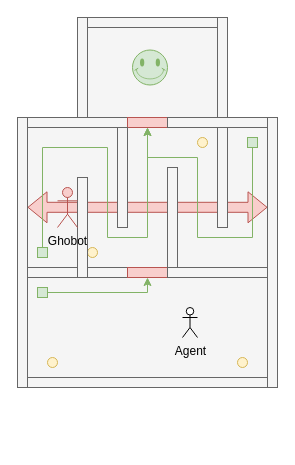
The draw.io diagram Assets/Mad Dash/Art/LevelLayout.drawio in John-D-S/Mad-Dash, before the edit. Source tidied: cells renumbered, new cells numbered last; positions are measured from the earlier drawing's top-left corner, leaving out a move shared by most shapes. Both pictures are drawn from the tidied source at 100%, with x=0, y=0 at pixel (17, 17).
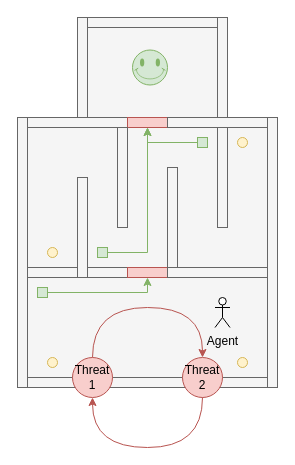
After the change.

Commit message:
updated level layout diagram

The change refers to these unchanged cells:
```xml
<mxCell id="2" style="rounded=0;whiteSpace=wrap;html=1;fillColor=#f5f5f5;strokeColor=#666666;fontColor=#333333;" parent="1" vertex="1">
  <mxGeometry x="10" y="110" width="240" height="250" as="geometry" />
</mxCell>
```

Change to the diagram source:
```diff
@@
     <mxCell id="6" value="Agent" style="shape=umlActor;verticalLabelPosition=bottom;verticalAlign=top;html=1;" parent="1" vertex="1">
-      <mxGeometry x="165" y="290" width="15" height="30" as="geometry" />
+      <mxGeometry x="197.5" y="280" width="15" height="30" as="geometry" />
     </mxCell>
@@
     <mxCell id="19" style="whiteSpace=wrap;html=1;fillColor=#d5e8d4;strokeColor=#82b366;" parent="1" vertex="1">
-      <mxGeometry x="20" y="230" width="10" height="10" as="geometry" />
+      <mxGeometry x="80" y="230" width="10" height="10" as="geometry" />
     </mxCell>
     <mxCell id="20" style="whiteSpace=wrap;html=1;fillColor=#d5e8d4;strokeColor=#82b366;" parent="1" vertex="1">
-      <mxGeometry x="230" y="120" width="10" height="10" as="geometry" />
+      <mxGeometry x="180" y="120" width="10" height="10" as="geometry" />
     </mxCell>
     <mxCell id="21" style="ellipse;whiteSpace=wrap;html=1;fillColor=#fff2cc;strokeColor=#d6b656;" parent="1" vertex="1">
-      <mxGeometry x="70" y="230" width="10" height="10" as="geometry" />
+      <mxGeometry x="30" y="230" width="10" height="10" as="geometry" />
     </mxCell>
     <mxCell id="22" style="ellipse;whiteSpace=wrap;html=1;fillColor=#fff2cc;strokeColor=#d6b656;" parent="1" vertex="1">
-      <mxGeometry x="180" y="120" width="10" height="10" as="geometry" />
+      <mxGeometry x="220" y="120" width="10" height="10" as="geometry" />
     </mxCell>
@@
-    <mxCell id="24" style="shape=flexArrow;endArrow=classic;startArrow=classic;html=1;fillColor=#f8cecc;strokeColor=#b85450;" parent="1" edge="1">
-      <mxGeometry relative="1" as="geometry">
-        <mxPoint x="10" y="189.8" as="sourcePoint" />
-        <mxPoint x="250" y="189.8" as="targetPoint" />
-      </mxGeometry>
-    </mxCell>
@@
     <mxCell id="28" style="edgeStyle=orthogonalEdgeStyle;rounded=0;jettySize=auto;html=1;entryX=0.5;entryY=0;entryDx=0;entryDy=0;fillColor=#d5e8d4;strokeColor=#82b366;" parent="1" edge="1" source="19" target="2">
       <mxGeometry relative="1" as="geometry">
         <Array as="points">
-          <mxPoint x="25" y="130" />
-          <mxPoint x="90" y="130" />
-          <mxPoint x="90" y="220" />
-          <mxPoint x="130" y="220" />
+          <mxPoint x="130" y="235" />
         </Array>
       </mxGeometry>
     </mxCell>
     <mxCell id="29" style="edgeStyle=orthogonalEdgeStyle;rounded=0;jettySize=auto;html=1;entryX=0.5;entryY=0;entryDx=0;entryDy=0;fillColor=#d5e8d4;strokeColor=#82b366;" parent="1" edge="1" source="20" target="2">
       <mxGeometry relative="1" as="geometry">
         <Array as="points">
-          <mxPoint x="235" y="220" />
-          <mxPoint x="180" y="220" />
-          <mxPoint x="180" y="140" />
-          <mxPoint x="130" y="140" />
+          <mxPoint x="130" y="125" />
         </Array>
       </mxGeometry>
     </mxCell>
@@
-    <mxCell id="32" value="Ghobot" style="shape=umlActor;verticalLabelPosition=bottom;verticalAlign=top;html=1;fillColor=#f8cecc;strokeColor=#b85450;" parent="1" vertex="1">
-      <mxGeometry x="40" y="170" width="20" height="40" as="geometry" />
-    </mxCell>
@@
+    <mxCell id="34" style="edgeStyle=orthogonalEdgeStyle;jettySize=auto;html=1;entryX=0.5;entryY=0;entryDx=0;entryDy=0;curved=1;fillColor=#f8cecc;strokeColor=#b85450;endArrow=none;endFill=0;startArrow=classic;startFill=1;" parent="1" edge="1" source="35" target="37">
+      <mxGeometry relative="1" as="geometry">
+        <Array as="points">
+          <mxPoint x="185" y="290" />
+          <mxPoint x="75" y="290" />
+        </Array>
+      </mxGeometry>
+    </mxCell>
+    <mxCell id="35" value="Threat 2" style="ellipse;whiteSpace=wrap;html=1;fillColor=#f8cecc;strokeColor=#b85450;" parent="1" vertex="1">
+      <mxGeometry x="165" y="340" width="40" height="40" as="geometry" />
+    </mxCell>
+    <mxCell id="36" style="edgeStyle=orthogonalEdgeStyle;curved=1;jettySize=auto;html=1;entryX=0.5;entryY=1;entryDx=0;entryDy=0;fillColor=#f8cecc;strokeColor=#b85450;startArrow=classic;startFill=1;endArrow=none;endFill=0;" parent="1" edge="1" source="37" target="35">
+      <mxGeometry relative="1" as="geometry">
+        <Array as="points">
+          <mxPoint x="75" y="430" />
+          <mxPoint x="185" y="430" />
+        </Array>
+      </mxGeometry>
+    </mxCell>
+    <mxCell id="37" value="Threat 1" style="ellipse;whiteSpace=wrap;html=1;fillColor=#f8cecc;strokeColor=#b85450;" parent="1" vertex="1">
+      <mxGeometry x="55" y="340" width="40" height="40" as="geometry" />
+    </mxCell>
```
